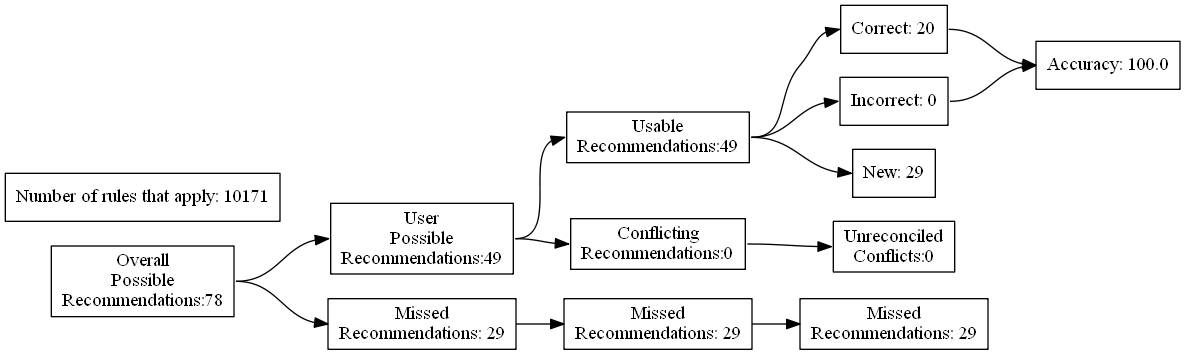
Before: test_renders/11.gv.png, a diagram exported from Graphviz (ZaxR/ibd_diet_analysis). Its source is kept beside it as test_renders/11.gv.
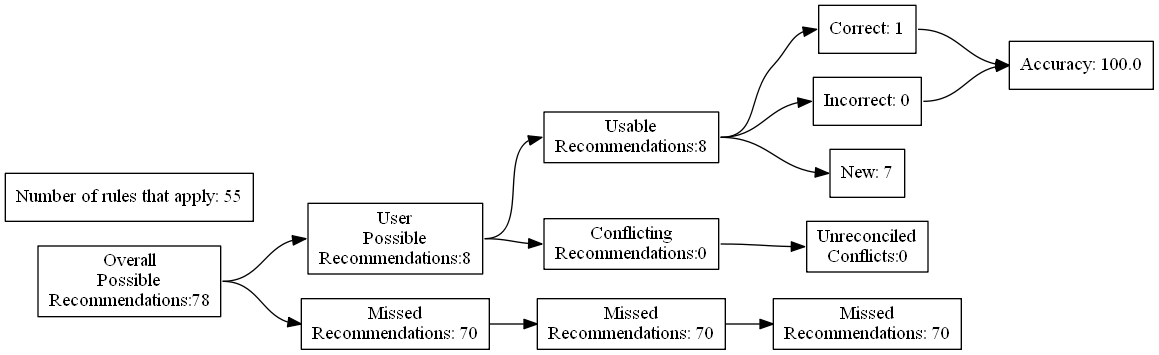
The same file after the commit.

Change to the diagram source:
```diff
@@ -7,24 +7,24 @@
 Recommendations:78"]
 		B [label="User
 Possible
-Recommendations:49"]
+Recommendations:8"]
 		C [label="Missed
-Recommendations: 29"]
+Recommendations: 70"]
 		D [label="Usable
-Recommendations:49"]
+Recommendations:8"]
 		E [label="Conflicting
 Recommendations:0"]
 		J [label="Missed
-Recommendations: 29"]
+Recommendations: 70"]
 		M [label="Unreconciled
 Conflicts:0"]
-		F [label="Correct: 20"]
+		F [label="Correct: 1"]
 		G [label="Incorrect: 0"]
-		H [label="New: 29"]
+		H [label="New: 7"]
 		K [label="Missed
-Recommendations: 29"]
+Recommendations: 70"]
 		I [label="Accuracy: 100.0"]
-		l [label="Number of rules that apply: 10171"]
+		l [label="Number of rules that apply: 55"]
 			A -> B
 			A -> C
 			B -> D
```
